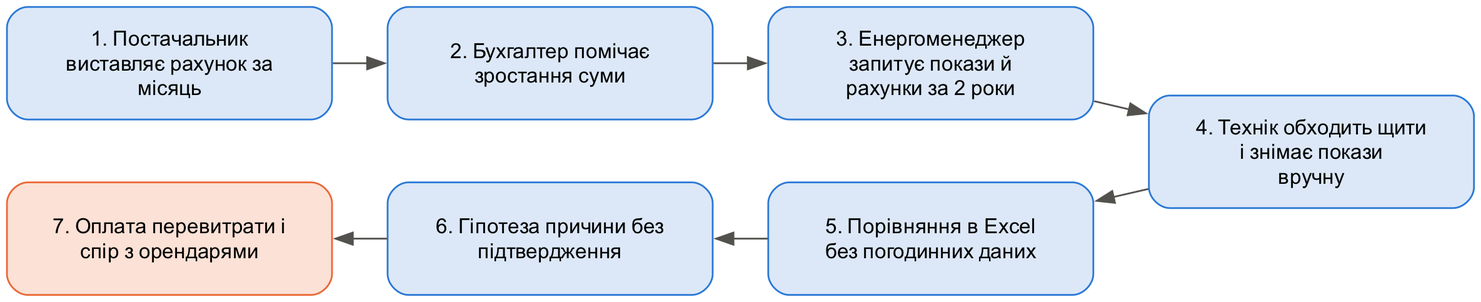
Above: lab1/out/fig_as_is.png in constantinemakoid/kai-software-economics (Graphviz), before the change. Its source is kept beside it as lab1/out/fig_as_is.dot.
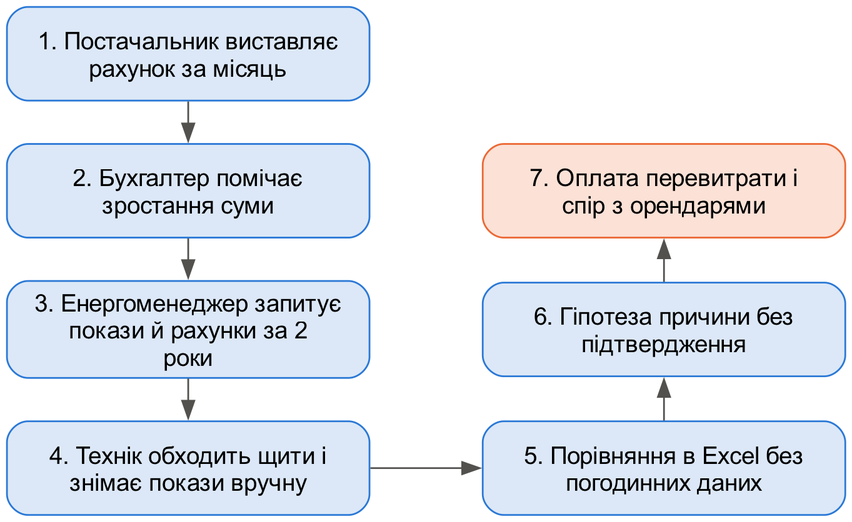
Above is the later version.

Commit message:
Lab 1 review fixes: A1 threshold value, hourly input data tests, mean and median basis, readable diagrams

Change to the diagram source:
```diff
@@ -1,20 +1,20 @@
 digraph G {
-rankdir=LR; nodesep=0.5; ranksep=0.45;
-node [shape=box, style="rounded,filled", fillcolor="#dce8f7", color="#2a78d6", fontname="Arial", fontsize=12, width=2.6, height=0.9, margin="0.15,0.08"];
+rankdir=TB; nodesep=0.9; ranksep=0.35;
+node [shape=box, style="rounded,filled", fillcolor="#dce8f7", color="#2a78d6", fontname="Arial", fontsize=14, width=2.9, height=0.75, margin="0.12,0.06"];
 edge [color="#52514e"];
-n0 [label="1. Постачальник\nвиставляє рахунок за\nмісяць"];
+n0 [label="1. Постачальник виставляє\nрахунок за місяць"];
 n1 [label="2. Бухгалтер помічає\nзростання суми"];
-n2 [label="3. Енергоменеджер\nзапитує покази й\nрахунки за 2 роки"];
-n3 [label="4. Технік обходить щити\nі знімає покази\nвручну"];
-n4 [label="5. Порівняння в Excel\nбез погодинних даних"];
+n2 [label="3. Енергоменеджер запитує\nпокази й рахунки за 2\nроки"];
+n3 [label="4. Технік обходить щити і\nзнімає покази вручну"];
+n4 [label="5. Порівняння в Excel без\nпогодинних даних"];
 n5 [label="6. Гіпотеза причини без\nпідтвердження"];
 n6 [label="7. Оплата перевитрати і\nспір з орендарями"];
 n6 [fillcolor="#fbe1d6", color="#eb6834"];
-{rank=same; n0; n6;}
-{rank=same; n1; n5;}
-{rank=same; n2; n4;}
+{rank=same; n1; n6;}
+{rank=same; n2; n5;}
+{rank=same; n3; n4;}
 n0 -> n1 -> n2 -> n3;
+n3 -> n4;
 n6 -> n5 [dir=back];
 n5 -> n4 [dir=back];
-n4 -> n3 [dir=back];
 }
```
